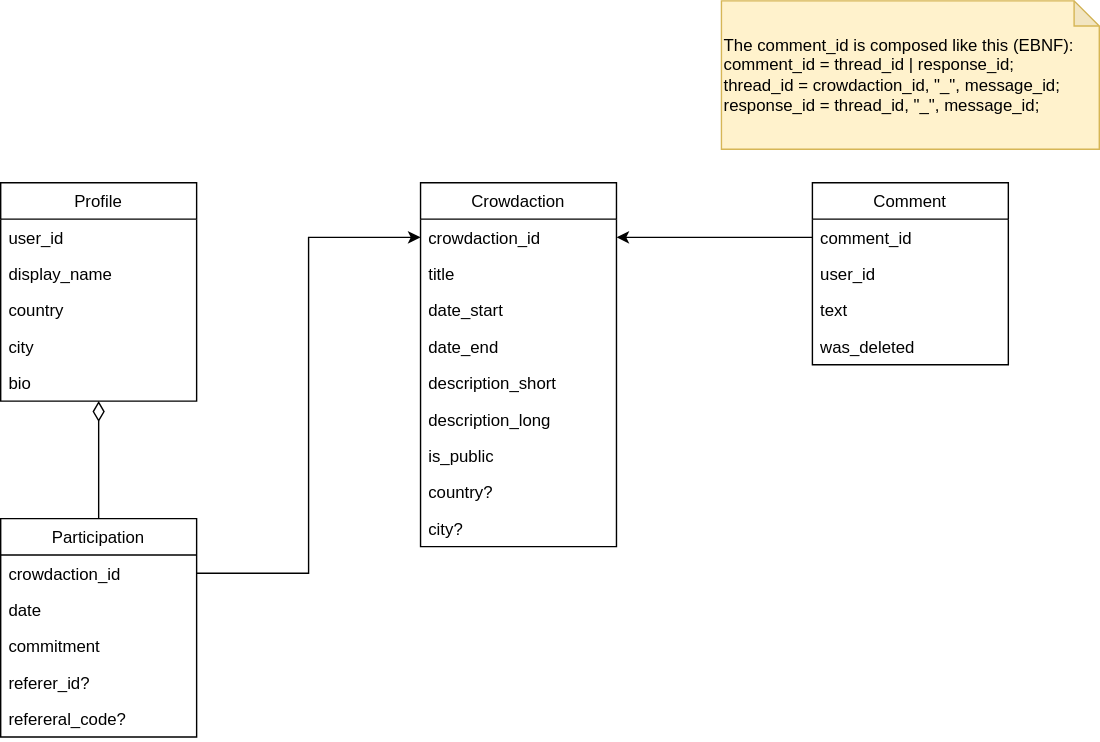
Before: docs/er-diagram.drawio.svg, a diagram exported from draw.io (CollActionteam/collaction_backend). Source tidied: cells renumbered, new cells last; positions are measured from the earlier drawing's top-left corner, leaving out a move shared by most shapes. Its diagram source:
```xml
<mxGraphModel>
  <root>
    <mxCell id="0" />
    <mxCell id="1" parent="0" />
    <mxCell id="2" value="Crowdaction" style="swimlane;fontStyle=0;horizontal=1;startSize=26;" parent="1" vertex="1">
      <mxGeometry x="300" y="130" width="140" height="260" as="geometry" />
    </mxCell>
    <mxCell id="3" value="crowdaction_id" style="text;strokeColor=none;fillColor=none;align=left;verticalAlign=top;spacingLeft=4;spacingRight=4;overflow=hidden;points=[[0,0.5],[1,0.5]];portConstraint=eastwest;" parent="2" vertex="1">
      <mxGeometry y="26" width="140" height="26" as="geometry" />
    </mxCell>
    <mxCell id="4" value="title" style="text;strokeColor=none;fillColor=none;align=left;verticalAlign=top;spacingLeft=4;spacingRight=4;overflow=hidden;" parent="2" vertex="1">
      <mxGeometry y="52" width="140" height="26" as="geometry" />
    </mxCell>
    <mxCell id="5" value="date_start" style="text;strokeColor=none;fillColor=none;align=left;verticalAlign=top;spacingLeft=4;spacingRight=4;overflow=hidden;" parent="2" vertex="1">
      <mxGeometry y="78" width="140" height="26" as="geometry" />
    </mxCell>
    <mxCell id="6" value="date_end" style="text;strokeColor=none;fillColor=none;align=left;verticalAlign=top;spacingLeft=4;spacingRight=4;overflow=hidden;" parent="2" vertex="1">
      <mxGeometry y="104" width="140" height="26" as="geometry" />
    </mxCell>
    <mxCell id="7" value="description_short" style="text;strokeColor=none;fillColor=none;align=left;verticalAlign=top;spacingLeft=4;spacingRight=4;overflow=hidden;" parent="2" vertex="1">
      <mxGeometry y="130" width="140" height="26" as="geometry" />
    </mxCell>
    <mxCell id="8" value="description_long" style="text;strokeColor=none;fillColor=none;align=left;verticalAlign=top;spacingLeft=4;spacingRight=4;overflow=hidden;" parent="2" vertex="1">
      <mxGeometry y="156" width="140" height="26" as="geometry" />
    </mxCell>
    <mxCell id="9" value="is_public" style="text;strokeColor=none;fillColor=none;align=left;verticalAlign=top;spacingLeft=4;spacingRight=4;overflow=hidden;" parent="2" vertex="1">
      <mxGeometry y="182" width="140" height="26" as="geometry" />
    </mxCell>
    <mxCell id="10" value="country?" style="text;strokeColor=none;fillColor=none;align=left;verticalAlign=top;spacingLeft=4;spacingRight=4;overflow=hidden;" parent="2" vertex="1">
      <mxGeometry y="208" width="140" height="26" as="geometry" />
    </mxCell>
    <mxCell id="11" value="city?" style="text;strokeColor=none;fillColor=none;align=left;verticalAlign=top;spacingLeft=4;spacingRight=4;overflow=hidden;" parent="2" vertex="1">
      <mxGeometry y="234" width="140" height="26" as="geometry" />
    </mxCell>
    <mxCell id="12" value="Profile" style="swimlane;fontStyle=0;horizontal=1;startSize=26;" parent="1" vertex="1">
      <mxGeometry y="130" width="140" height="156" as="geometry" />
    </mxCell>
    <mxCell id="13" value="user_id" style="text;strokeColor=none;fillColor=none;align=left;verticalAlign=top;spacingLeft=4;spacingRight=4;overflow=hidden;" parent="12" vertex="1">
      <mxGeometry y="26" width="140" height="26" as="geometry" />
    </mxCell>
    <mxCell id="14" value="display_name" style="text;strokeColor=none;fillColor=none;align=left;verticalAlign=top;spacingLeft=4;spacingRight=4;overflow=hidden;" parent="12" vertex="1">
      <mxGeometry y="52" width="140" height="26" as="geometry" />
    </mxCell>
    <mxCell id="15" value="country" style="text;strokeColor=none;fillColor=none;align=left;verticalAlign=top;spacingLeft=4;spacingRight=4;overflow=hidden;" parent="12" vertex="1">
      <mxGeometry y="78" width="140" height="26" as="geometry" />
    </mxCell>
    <mxCell id="16" value="city" style="text;strokeColor=none;fillColor=none;align=left;verticalAlign=top;spacingLeft=4;spacingRight=4;overflow=hidden;" parent="12" vertex="1">
      <mxGeometry y="104" width="140" height="26" as="geometry" />
    </mxCell>
    <mxCell id="17" value="bio" style="text;strokeColor=none;fillColor=none;align=left;verticalAlign=top;spacingLeft=4;spacingRight=4;overflow=hidden;" parent="12" vertex="1">
      <mxGeometry y="130" width="140" height="26" as="geometry" />
    </mxCell>
    <mxCell id="18" style="edgeStyle=orthogonalEdgeStyle;rounded=0;jettySize=auto;html=1;exitX=0.5;exitY=0;exitDx=0;exitDy=0;entryX=0.5;entryY=1;entryDx=0;entryDy=0;endArrow=diamondThin;endFill=0;endSize=12;" parent="1" edge="1" source="19" target="12">
      <mxGeometry relative="1" as="geometry" />
    </mxCell>
    <mxCell id="19" value="Participation" style="swimlane;fontStyle=0;horizontal=1;startSize=26;" parent="1" vertex="1">
      <mxGeometry y="370" width="140" height="156" as="geometry" />
    </mxCell>
    <mxCell id="20" value="crowdaction_id" style="text;strokeColor=none;fillColor=none;align=left;verticalAlign=top;spacingLeft=4;spacingRight=4;overflow=hidden;points=[[0,0.5],[1,0.5]];portConstraint=eastwest;" parent="19" vertex="1">
      <mxGeometry y="26" width="140" height="26" as="geometry" />
    </mxCell>
    <mxCell id="21" value="date" style="text;strokeColor=none;fillColor=none;align=left;verticalAlign=top;spacingLeft=4;spacingRight=4;overflow=hidden;" parent="19" vertex="1">
      <mxGeometry y="52" width="140" height="26" as="geometry" />
    </mxCell>
    <mxCell id="22" value="commitment" style="text;strokeColor=none;fillColor=none;align=left;verticalAlign=top;spacingLeft=4;spacingRight=4;overflow=hidden;" parent="19" vertex="1">
      <mxGeometry y="78" width="140" height="26" as="geometry" />
    </mxCell>
    <mxCell id="23" value="referer_id?" style="text;strokeColor=none;fillColor=none;align=left;verticalAlign=top;spacingLeft=4;spacingRight=4;overflow=hidden;" parent="19" vertex="1">
      <mxGeometry y="104" width="140" height="26" as="geometry" />
    </mxCell>
    <mxCell id="24" value="refereral_code?" style="text;strokeColor=none;fillColor=none;align=left;verticalAlign=top;spacingLeft=4;spacingRight=4;overflow=hidden;" parent="19" vertex="1">
      <mxGeometry y="130" width="140" height="26" as="geometry" />
    </mxCell>
    <mxCell id="25" style="edgeStyle=orthogonalEdgeStyle;rounded=0;jettySize=auto;html=1;exitX=1;exitY=0.5;exitDx=0;exitDy=0;entryX=0;entryY=0.5;entryDx=0;entryDy=0;" parent="1" edge="1" source="20" target="3">
      <mxGeometry relative="1" as="geometry" />
    </mxCell>
    <mxCell id="26" value="Comment" style="swimlane;fontStyle=0;horizontal=1;startSize=26;" parent="1" vertex="1">
      <mxGeometry x="580" y="130" width="140" height="130" as="geometry" />
    </mxCell>
    <mxCell id="27" value="comment_id" style="text;strokeColor=none;fillColor=none;align=left;verticalAlign=top;spacingLeft=4;spacingRight=4;overflow=hidden;points=[[0,0.5],[1,0.5]];portConstraint=eastwest;" parent="26" vertex="1">
      <mxGeometry y="26" width="140" height="26" as="geometry" />
    </mxCell>
    <mxCell id="28" value="user_id" style="text;strokeColor=none;fillColor=none;align=left;verticalAlign=top;spacingLeft=4;spacingRight=4;overflow=hidden;" parent="26" vertex="1">
      <mxGeometry y="52" width="140" height="26" as="geometry" />
    </mxCell>
    <mxCell id="29" value="text" style="text;strokeColor=none;fillColor=none;align=left;verticalAlign=top;spacingLeft=4;spacingRight=4;overflow=hidden;" parent="26" vertex="1">
      <mxGeometry y="78" width="140" height="26" as="geometry" />
    </mxCell>
    <mxCell id="30" value="was_deleted" style="text;strokeColor=none;fillColor=none;align=left;verticalAlign=top;spacingLeft=4;spacingRight=4;overflow=hidden;" parent="26" vertex="1">
      <mxGeometry y="104" width="140" height="26" as="geometry" />
    </mxCell>
    <mxCell id="31" style="edgeStyle=orthogonalEdgeStyle;rounded=0;jettySize=auto;html=1;exitX=0;exitY=0.5;exitDx=0;exitDy=0;entryX=1;entryY=0.5;entryDx=0;entryDy=0;endArrow=classic;endFill=1;endSize=6;" parent="1" edge="1" source="27" target="3">
      <mxGeometry relative="1" as="geometry" />
    </mxCell>
    <mxCell id="32" value="&lt;font color=&quot;#000000&quot;&gt;The comment_id is composed like this (EBNF):&lt;br&gt;comment_id = thread_id | response_id;&lt;br&gt;thread_id = crowdaction_id, &quot;_&quot;, message_id;&lt;br&gt;response_id = thread_id, &quot;_&quot;, message_id;&lt;br&gt;&lt;/font&gt;" style="shape=note;whiteSpace=wrap;html=1;backgroundOutline=1;darkOpacity=0.05;fillColor=#fff2cc;strokeColor=#d6b656;align=left;size=18;" parent="1" vertex="1">
      <mxGeometry x="515" width="270" height="106" as="geometry" />
    </mxCell>
  </root>
</mxGraphModel>
```
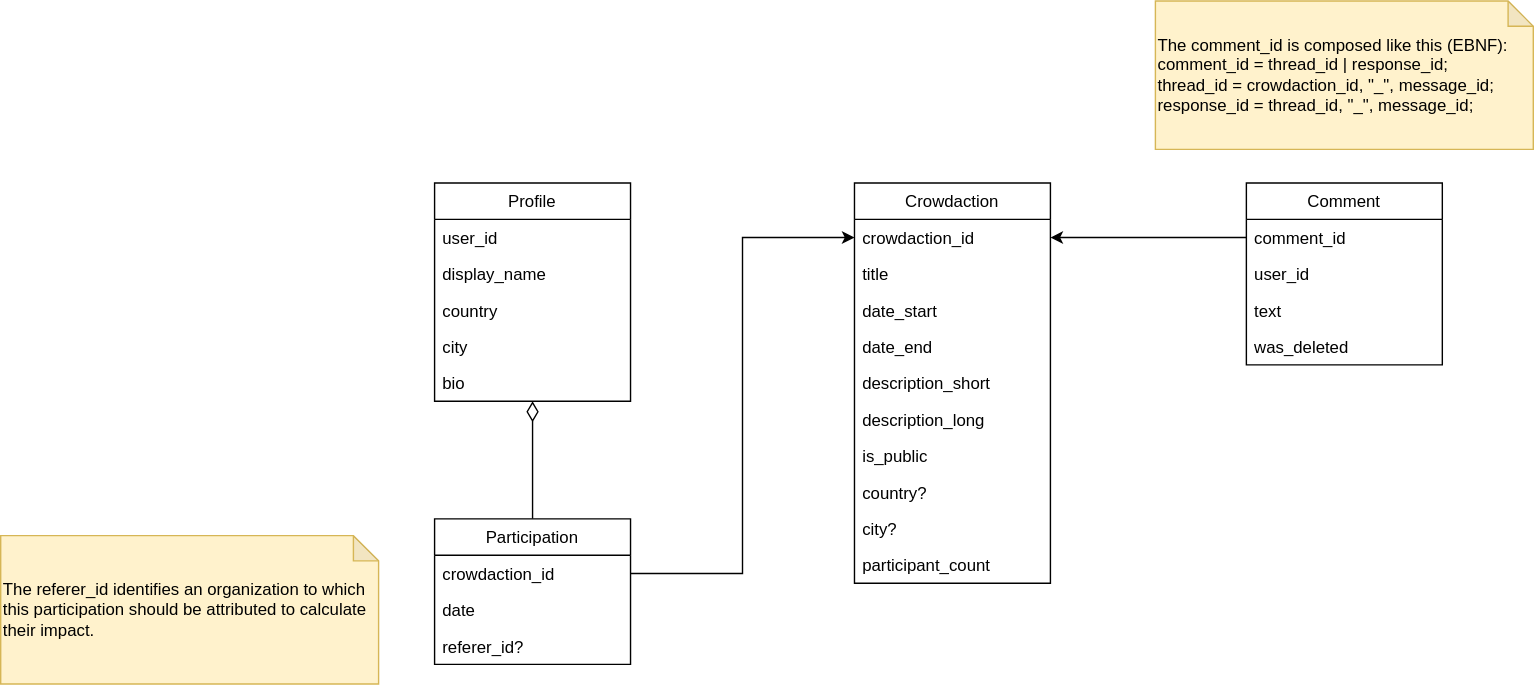
After the commit.

Change to the diagram source:
```diff
@@ -3,7 +3,7 @@
     <mxCell id="0" />
     <mxCell id="1" parent="0" />
     <mxCell id="2" value="Crowdaction" style="swimlane;fontStyle=0;horizontal=1;startSize=26;" parent="1" vertex="1">
-      <mxGeometry x="300" y="130" width="140" height="260" as="geometry" />
+      <mxGeometry x="300" y="130" width="140" height="286" as="geometry" />
     </mxCell>
     <mxCell id="3" value="crowdaction_id" style="text;strokeColor=none;fillColor=none;align=left;verticalAlign=top;spacingLeft=4;spacingRight=4;overflow=hidden;points=[[0,0.5],[1,0.5]];portConstraint=eastwest;" parent="2" vertex="1">
       <mxGeometry y="26" width="140" height="26" as="geometry" />
@@ -32,6 +32,9 @@
     <mxCell id="11" value="city?" style="text;strokeColor=none;fillColor=none;align=left;verticalAlign=top;spacingLeft=4;spacingRight=4;overflow=hidden;" parent="2" vertex="1">
       <mxGeometry y="234" width="140" height="26" as="geometry" />
     </mxCell>
+    <mxCell id="33" value="participant_count" style="text;strokeColor=none;fillColor=none;align=left;verticalAlign=top;spacingLeft=4;spacingRight=4;overflow=hidden;" parent="2" vertex="1">
+      <mxGeometry y="260" width="140" height="26" as="geometry" />
+    </mxCell>
     <mxCell id="12" value="Profile" style="swimlane;fontStyle=0;horizontal=1;startSize=26;" parent="1" vertex="1">
       <mxGeometry y="130" width="140" height="156" as="geometry" />
     </mxCell>
@@ -54,7 +57,7 @@
       <mxGeometry relative="1" as="geometry" />
     </mxCell>
     <mxCell id="19" value="Participation" style="swimlane;fontStyle=0;horizontal=1;startSize=26;" parent="1" vertex="1">
-      <mxGeometry y="370" width="140" height="156" as="geometry" />
+      <mxGeometry y="370" width="140" height="104" as="geometry" />
     </mxCell>
     <mxCell id="20" value="crowdaction_id" style="text;strokeColor=none;fillColor=none;align=left;verticalAlign=top;spacingLeft=4;spacingRight=4;overflow=hidden;points=[[0,0.5],[1,0.5]];portConstraint=eastwest;" parent="19" vertex="1">
       <mxGeometry y="26" width="140" height="26" as="geometry" />
@@ -62,15 +65,9 @@
     <mxCell id="21" value="date" style="text;strokeColor=none;fillColor=none;align=left;verticalAlign=top;spacingLeft=4;spacingRight=4;overflow=hidden;" parent="19" vertex="1">
       <mxGeometry y="52" width="140" height="26" as="geometry" />
     </mxCell>
-    <mxCell id="22" value="commitment" style="text;strokeColor=none;fillColor=none;align=left;verticalAlign=top;spacingLeft=4;spacingRight=4;overflow=hidden;" parent="19" vertex="1">
-      <mxGeometry y="78" width="140" height="26" as="geometry" />
-    </mxCell>
     <mxCell id="23" value="referer_id?" style="text;strokeColor=none;fillColor=none;align=left;verticalAlign=top;spacingLeft=4;spacingRight=4;overflow=hidden;" parent="19" vertex="1">
-      <mxGeometry y="104" width="140" height="26" as="geometry" />
+      <mxGeometry y="78" width="140" height="26" as="geometry" />
     </mxCell>
-    <mxCell id="24" value="refereral_code?" style="text;strokeColor=none;fillColor=none;align=left;verticalAlign=top;spacingLeft=4;spacingRight=4;overflow=hidden;" parent="19" vertex="1">
-      <mxGeometry y="130" width="140" height="26" as="geometry" />
-    </mxCell>
     <mxCell id="25" style="edgeStyle=orthogonalEdgeStyle;rounded=0;jettySize=auto;html=1;exitX=1;exitY=0.5;exitDx=0;exitDy=0;entryX=0;entryY=0.5;entryDx=0;entryDy=0;" parent="1" edge="1" source="20" target="3">
       <mxGeometry relative="1" as="geometry" />
     </mxCell>
@@ -95,5 +92,8 @@
     <mxCell id="32" value="&lt;font color=&quot;#000000&quot;&gt;The comment_id is composed like this (EBNF):&lt;br&gt;comment_id = thread_id | response_id;&lt;br&gt;thread_id = crowdaction_id, &quot;_&quot;, message_id;&lt;br&gt;response_id = thread_id, &quot;_&quot;, message_id;&lt;br&gt;&lt;/font&gt;" style="shape=note;whiteSpace=wrap;html=1;backgroundOutline=1;darkOpacity=0.05;fillColor=#fff2cc;strokeColor=#d6b656;align=left;size=18;" parent="1" vertex="1">
       <mxGeometry x="515" width="270" height="106" as="geometry" />
     </mxCell>
+    <mxCell id="34" value="&lt;font color=&quot;#000000&quot;&gt;The referer_id identifies an organization to which this participation should be attributed to calculate their impact.&lt;br&gt;&lt;/font&gt;" style="shape=note;whiteSpace=wrap;html=1;backgroundOutline=1;darkOpacity=0.05;fillColor=#fff2cc;strokeColor=#d6b656;align=left;size=18;" parent="1" vertex="1">
+      <mxGeometry x="-310" y="382" width="270" height="106" as="geometry" />
+    </mxCell>
   </root>
 </mxGraphModel>
```
